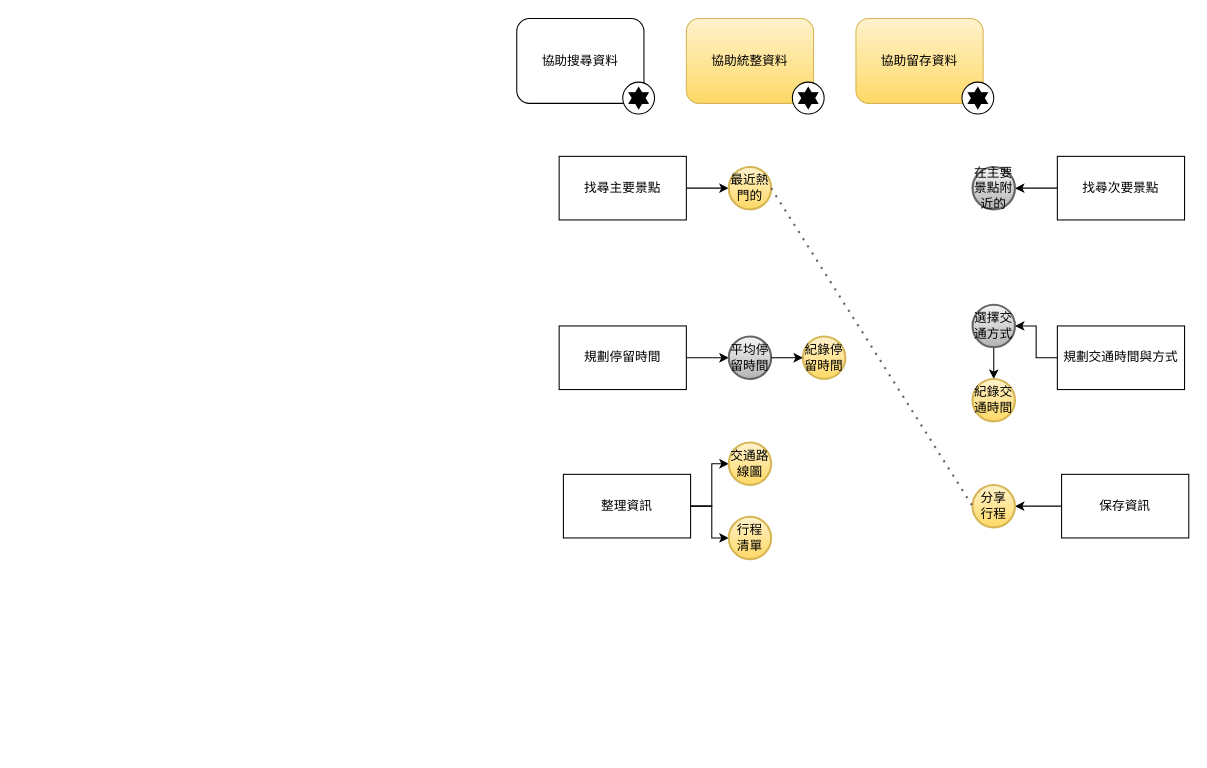
The draw.io diagram ECheeGoo_Features.drawio in Chunshan-Theta/rbs, before the edit. Source tidied: cells renumbered, new cells numbered last; positions are measured from the earlier drawing's top-left corner, leaving out a move shared by most shapes. Both pictures are drawn from the tidied source at 106%, with x=0, y=0 at pixel (516, 18).
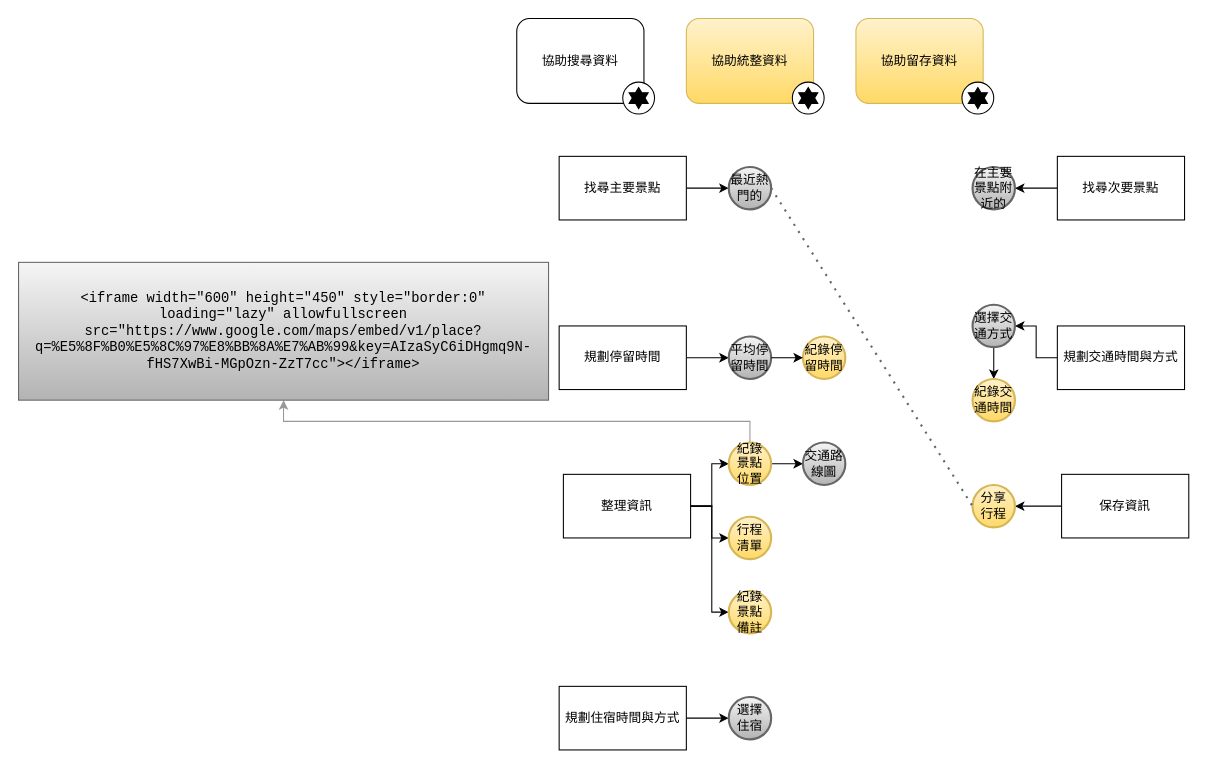
The same diagram, later.

Unchanged cells that the change refers to:
```xml
<mxCell id="21" value="整理資訊" style="rounded=0;whiteSpace=wrap;html=1;" parent="1" vertex="1">
  <mxGeometry x="44" y="430" width="120" height="60" as="geometry" />
</mxCell>
```

What changed in the source:
```diff
@@
+    <mxCell id="36" style="edgeStyle=orthogonalEdgeStyle;rounded=0;jettySize=auto;html=1;entryX=0;entryY=0.5;entryDx=0;entryDy=0;entryPerimeter=0;" parent="1" edge="1" source="21" target="40">
+      <mxGeometry relative="1" as="geometry">
+        <Array as="points">
+          <mxPoint x="184" y="460" />
+          <mxPoint x="184" y="560" />
+        </Array>
+      </mxGeometry>
+    </mxCell>
@@
-    <mxCell id="25" value="最近熱門的" style="strokeWidth=2;html=1;shape=mxgraph.flowchart.start_2;whiteSpace=wrap;gradientColor=#ffd966;fillColor=#fff2cc;strokeColor=#d6b656;" parent="1" vertex="1">
+    <mxCell id="25" value="最近熱門的" style="strokeWidth=2;html=1;shape=mxgraph.flowchart.start_2;whiteSpace=wrap;gradientColor=#b3b3b3;fillColor=#f5f5f5;strokeColor=#666666;" parent="1" vertex="1">
       <mxGeometry x="200" y="140" width="40" height="40" as="geometry" />
     </mxCell>
@@
+    <mxCell id="37" style="edgeStyle=orthogonalEdgeStyle;rounded=0;jettySize=auto;html=1;" parent="1" edge="1" source="30" target="39">
+      <mxGeometry relative="1" as="geometry" />
+    </mxCell>
+    <mxCell id="38" style="edgeStyle=orthogonalEdgeStyle;rounded=0;jettySize=auto;html=1;entryX=0.5;entryY=1;entryDx=0;entryDy=0;strokeColor=#999999;" parent="1" edge="1" source="30" target="41">
+      <mxGeometry relative="1" as="geometry">
+        <Array as="points">
+          <mxPoint x="220" y="380" />
+          <mxPoint x="-220" y="380" />
+        </Array>
+      </mxGeometry>
+    </mxCell>
-    <mxCell id="30" value="交通路線圖" style="strokeWidth=2;html=1;shape=mxgraph.flowchart.start_2;whiteSpace=wrap;gradientColor=#ffd966;fillColor=#fff2cc;strokeColor=#d6b656;" parent="1" vertex="1">
+    <mxCell id="30" value="紀錄&lt;br&gt;景點&lt;br&gt;位置" style="strokeWidth=2;html=1;shape=mxgraph.flowchart.start_2;whiteSpace=wrap;gradientColor=#ffd966;fillColor=#fff2cc;strokeColor=#d6b656;" parent="1" vertex="1">
       <mxGeometry x="200" y="400" width="40" height="40" as="geometry" />
     </mxCell>
@@
+    <mxCell id="39" value="交通路線圖" style="strokeWidth=2;html=1;shape=mxgraph.flowchart.start_2;whiteSpace=wrap;gradientColor=#b3b3b3;fillColor=#f5f5f5;strokeColor=#666666;" parent="1" vertex="1">
+      <mxGeometry x="270" y="400" width="40" height="40" as="geometry" />
+    </mxCell>
+    <mxCell id="40" value="紀錄&lt;br&gt;景點&lt;br&gt;備註" style="strokeWidth=2;html=1;shape=mxgraph.flowchart.start_2;whiteSpace=wrap;gradientColor=#ffd966;fillColor=#fff2cc;strokeColor=#d6b656;" parent="1" vertex="1">
+      <mxGeometry x="200" y="540" width="40" height="40" as="geometry" />
+    </mxCell>
+    <mxCell id="41" value="&lt;font face=&quot;monospace&quot;&gt;&lt;span style=&quot;font-size: 13px&quot;&gt;&amp;lt;iframe width=&quot;600&quot; height=&quot;450&quot; style=&quot;border:0&quot; loading=&quot;lazy&quot; allowfullscreen src=&quot;https://www.google.com/maps/embed/v1/place?q=%E5%8F%B0%E5%8C%97%E8%BB%8A%E7%AB%99&amp;amp;key=AIzaSyC6iDHgmq9N-fHS7XwBi-MGpOzn-ZzT7cc&quot;&amp;gt;&amp;lt;/iframe&amp;gt;&lt;/span&gt;&lt;/font&gt;" style="rounded=0;whiteSpace=wrap;html=1;strokeColor=#666666;gradientColor=#b3b3b3;fillColor=#f5f5f5;" parent="1" vertex="1">
+      <mxGeometry x="-470" y="230" width="500" height="130" as="geometry" />
+    </mxCell>
+    <mxCell id="42" style="edgeStyle=orthogonalEdgeStyle;rounded=0;jettySize=auto;html=1;entryX=0;entryY=0.5;entryDx=0;entryDy=0;entryPerimeter=0;" parent="1" edge="1" source="43" target="44">
+      <mxGeometry relative="1" as="geometry" />
+    </mxCell>
+    <mxCell id="43" value="規劃住宿時間與方式" style="rounded=0;whiteSpace=wrap;html=1;" parent="1" vertex="1">
+      <mxGeometry x="40" y="630" width="120" height="60" as="geometry" />
+    </mxCell>
+    <mxCell id="44" value="選擇&lt;br&gt;住宿" style="strokeWidth=2;html=1;shape=mxgraph.flowchart.start_2;whiteSpace=wrap;gradientColor=#b3b3b3;fillColor=#f5f5f5;strokeColor=#666666;" parent="1" vertex="1">
+      <mxGeometry x="200" y="640" width="40" height="40" as="geometry" />
+    </mxCell>
```
